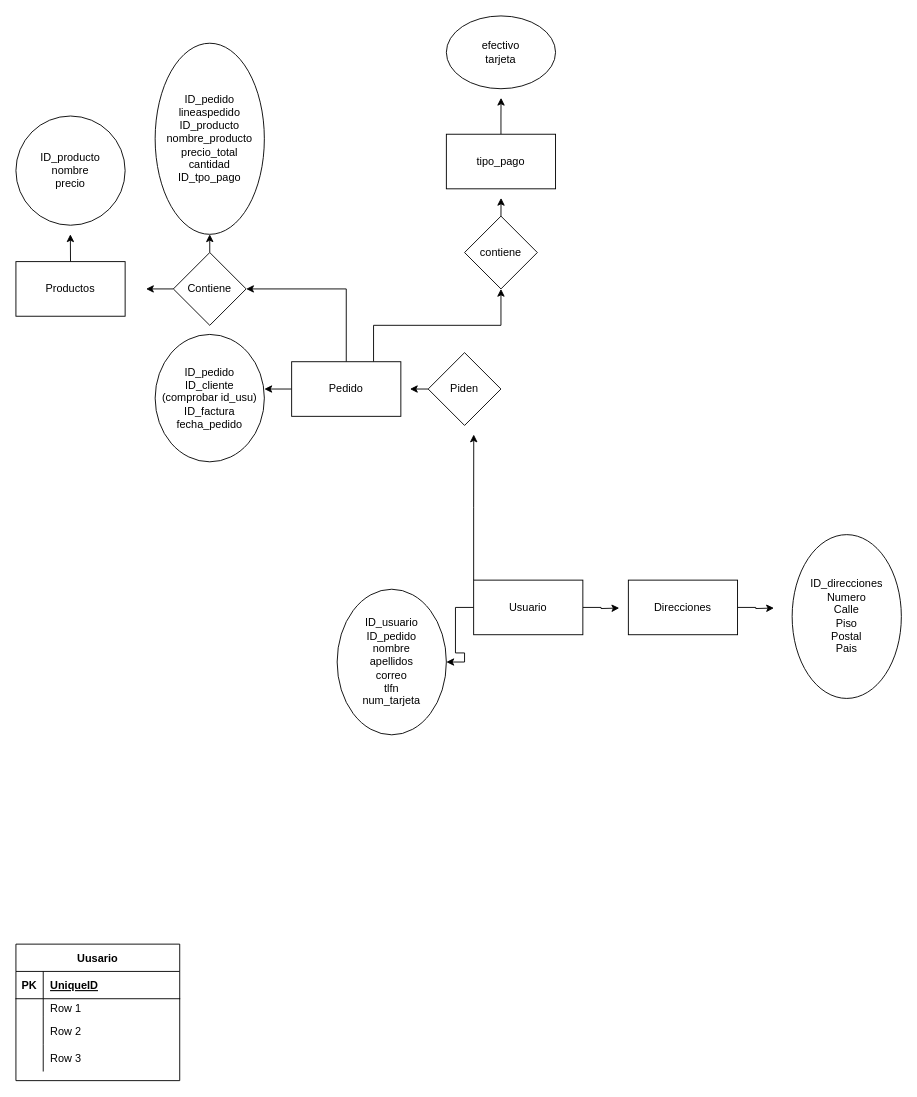
Before: Base de datos/Final V1.drawio in olallabs3/CoffeMuufe, a draw.io diagram. Source tidied: cells renumbered, new cells numbered last; positions are measured from the earlier drawing's top-left corner, leaving out a move shared by most shapes. Both pictures are drawn from the tidied source at 91%, with x=0, y=0 at pixel (15, 15).
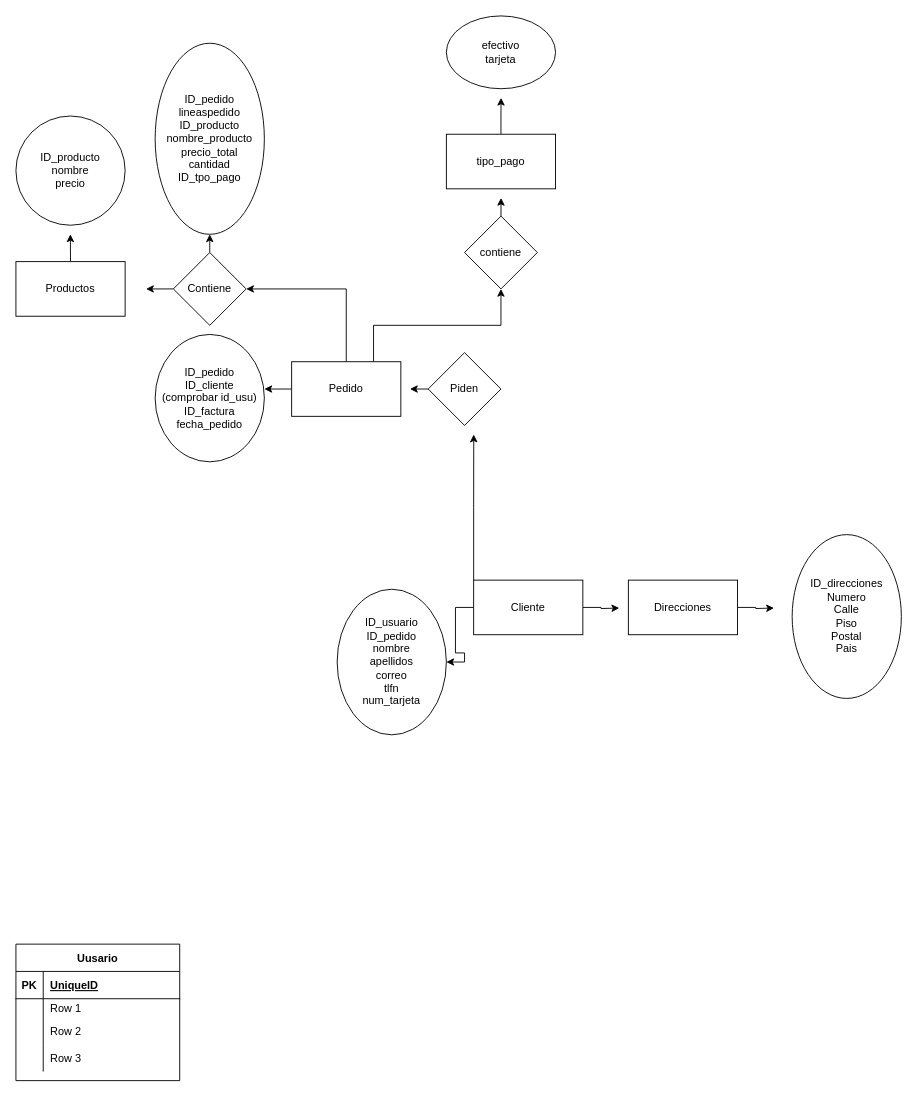
After the change.

Change to the diagram source:
```diff
@@
-    <mxCell id="5" value="Usuario" style="rounded=0;whiteSpace=wrap;html=1;" parent="1" vertex="1">
+    <mxCell id="5" value="Cliente" style="rounded=0;whiteSpace=wrap;html=1;" parent="1" vertex="1">
       <mxGeometry x="503" y="620" width="120" height="60" as="geometry" />
     </mxCell>
```
